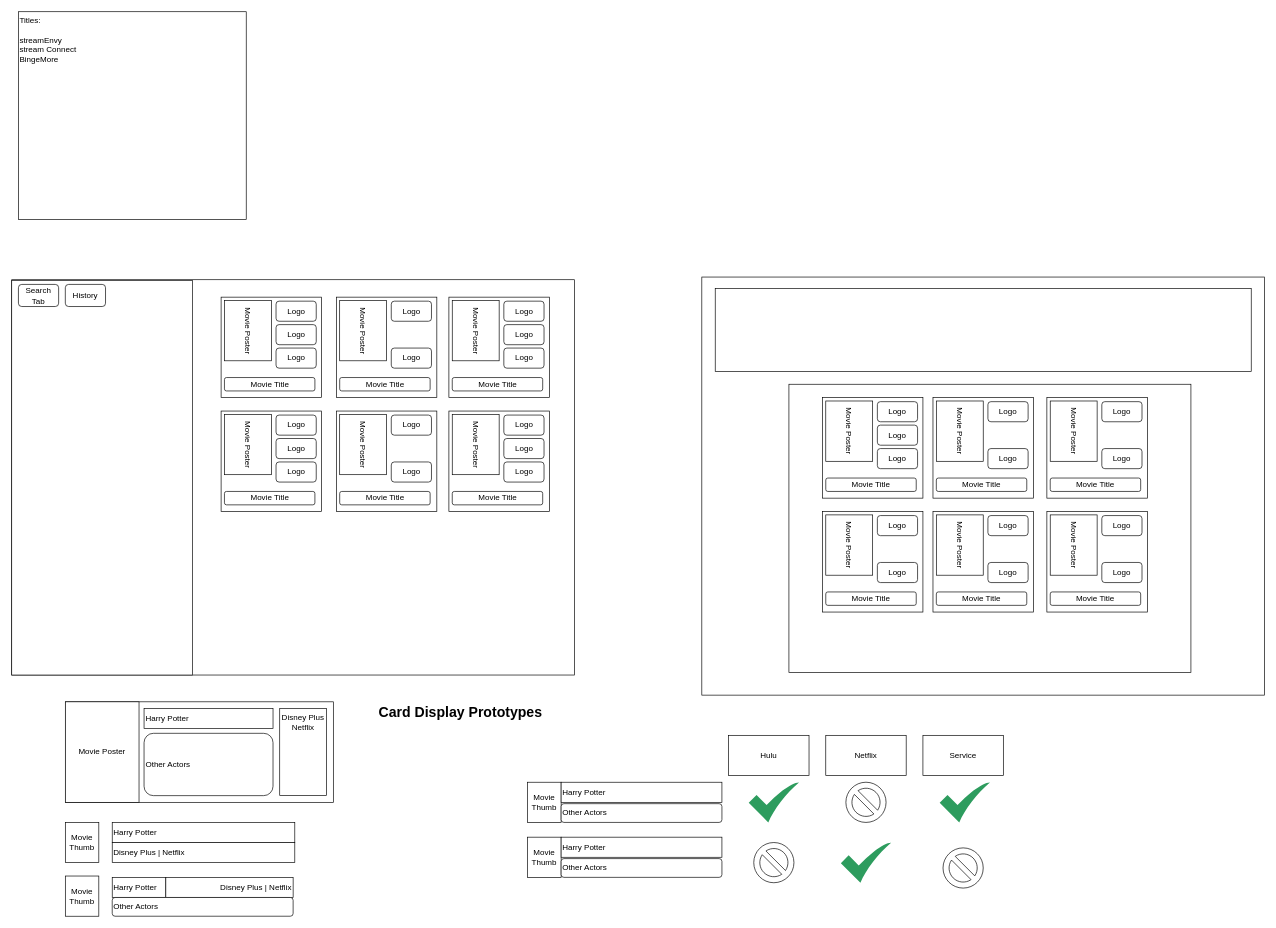
Earlier version of the draw.io diagram page "Page-1" (1 of 2) of Stream Connect.drawio (gatorhatur/stream-connect). Source tidied: cells renumbered, new cells numbered last; positions are measured from the earlier drawing's top-left corner, leaving out a move shared by most shapes. Both pictures are drawn from the tidied source at 67%, with x=0, y=0 at pixel (11, 11).
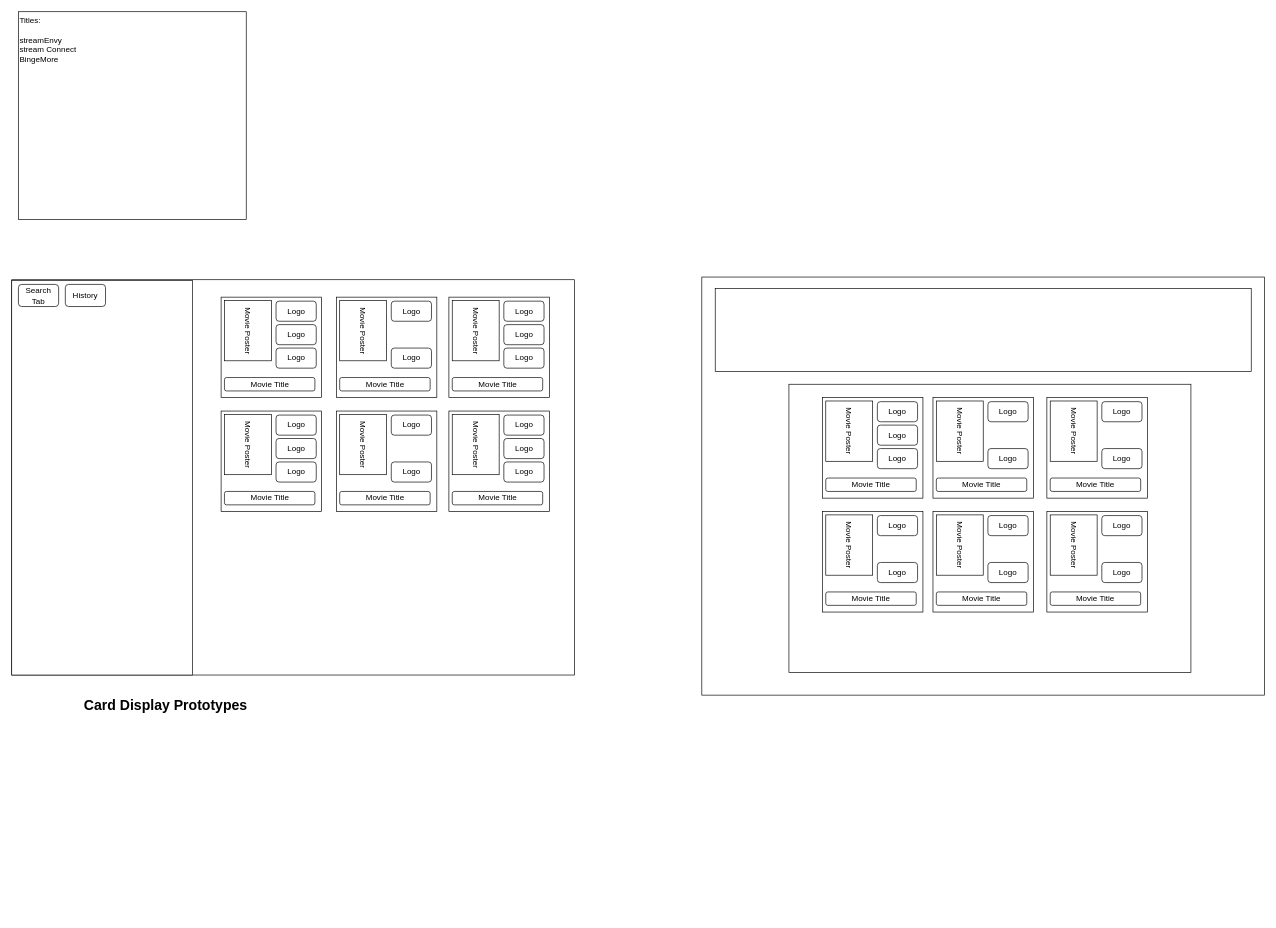
The same diagram, later.

Commit message:
Split content to diff pages

The edit, as a diff of the source:
```diff
@@
-    <mxCell id="74" style="rounded=0;whiteSpace=wrap;html=1;" parent="1" vertex="1">
-      <mxGeometry x="80" y="1030" width="400" height="150" as="geometry" />
-    </mxCell>
-    <mxCell id="75" value="Movie Poster" style="rounded=0;whiteSpace=wrap;html=1;" parent="1" vertex="1">
-      <mxGeometry x="80" y="1030" width="110" height="150" as="geometry" />
-    </mxCell>
-    <mxCell id="76" value="Other Actors" style="rounded=1;whiteSpace=wrap;html=1;align=left;" parent="1" vertex="1">
-      <mxGeometry x="197.5" y="1077" width="192.5" height="93" as="geometry" />
-    </mxCell>
-    <mxCell id="77" value="Harry Potter" style="rounded=0;whiteSpace=wrap;html=1;align=left;" parent="1" vertex="1">
-      <mxGeometry x="197.5" y="1040" width="192.5" height="30" as="geometry" />
-    </mxCell>
-    <mxCell id="78" value="Disney Plus&lt;br&gt;Netflix" style="rounded=0;whiteSpace=wrap;html=1;align=center;verticalAlign=top;" parent="1" vertex="1">
-      <mxGeometry x="400" y="1040" width="70" height="130" as="geometry" />
-    </mxCell>
-    <mxCell id="79" value="Movie Thumb" style="rounded=0;whiteSpace=wrap;html=1;" parent="1" vertex="1">
-      <mxGeometry x="80" y="1210" width="50" height="60" as="geometry" />
-    </mxCell>
-    <mxCell id="80" value="Harry Potter" style="rounded=0;whiteSpace=wrap;html=1;align=left;" parent="1" vertex="1">
-      <mxGeometry x="150" y="1210" width="272.5" height="30" as="geometry" />
-    </mxCell>
-    <mxCell id="81" value="Disney Plus | Netflix" style="rounded=0;whiteSpace=wrap;html=1;align=left;" parent="1" vertex="1">
-      <mxGeometry x="150" y="1240" width="272.5" height="30" as="geometry" />
-    </mxCell>
-    <mxCell id="82" value="Movie Thumb" style="rounded=0;whiteSpace=wrap;html=1;" parent="1" vertex="1">
-      <mxGeometry x="80" y="1290" width="50" height="60" as="geometry" />
-    </mxCell>
-    <mxCell id="83" value="Harry Potter" style="rounded=0;whiteSpace=wrap;html=1;align=left;" parent="1" vertex="1">
-      <mxGeometry x="150" y="1292" width="80" height="30" as="geometry" />
-    </mxCell>
-    <mxCell id="84" value="Disney Plus | Netflix" style="rounded=0;whiteSpace=wrap;html=1;align=right;" parent="1" vertex="1">
-      <mxGeometry x="230" y="1292" width="190" height="30" as="geometry" />
-    </mxCell>
-    <mxCell id="85" value="Other Actors" style="rounded=1;whiteSpace=wrap;html=1;align=left;" parent="1" vertex="1">
-      <mxGeometry x="150" y="1322" width="270" height="28" as="geometry" />
-    </mxCell>
-    <mxCell id="86" value="Hulu" style="rounded=0;whiteSpace=wrap;html=1;" parent="1" vertex="1">
-      <mxGeometry x="1070" y="1080" width="120" height="60" as="geometry" />
-    </mxCell>
-    <mxCell id="87" value="Netflix" style="rounded=0;whiteSpace=wrap;html=1;" parent="1" vertex="1">
-      <mxGeometry x="1215" y="1080" width="120" height="60" as="geometry" />
-    </mxCell>
-    <mxCell id="88" value="Service" style="rounded=0;whiteSpace=wrap;html=1;" parent="1" vertex="1">
-      <mxGeometry x="1360" y="1080" width="120" height="60" as="geometry" />
-    </mxCell>
-    <mxCell id="89" value="Movie Thumb" style="rounded=0;whiteSpace=wrap;html=1;" parent="1" vertex="1">
-      <mxGeometry x="770" y="1150" width="50" height="60" as="geometry" />
-    </mxCell>
-    <mxCell id="90" value="Harry Potter" style="rounded=0;whiteSpace=wrap;html=1;align=left;" parent="1" vertex="1">
-      <mxGeometry x="820" y="1150" width="240" height="30" as="geometry" />
-    </mxCell>
-    <mxCell id="91" value="Other Actors" style="rounded=1;whiteSpace=wrap;html=1;align=left;" parent="1" vertex="1">
-      <mxGeometry x="820" y="1182" width="240" height="28" as="geometry" />
-    </mxCell>
-    <mxCell id="92" style="sketch=0;html=1;strokeColor=none;shadow=0;align=center;verticalAlign=top;fillColor=#2D9C5E;shape=mxgraph.gcp2.check;" parent="1" vertex="1">
-      <mxGeometry x="1100" y="1150" width="75" height="60" as="geometry" />
-    </mxCell>
-    <mxCell id="93" style="sketch=0;html=1;strokeColor=none;shadow=0;align=center;verticalAlign=top;fillColor=#2D9C5E;shape=mxgraph.gcp2.check;" parent="1" vertex="1">
-      <mxGeometry x="1385" y="1150" width="75" height="60" as="geometry" />
-    </mxCell>
-    <mxCell id="94" style="verticalLabelPosition=bottom;verticalAlign=top;html=1;shape=mxgraph.basic.no_symbol;labelBackgroundColor=#FF1F0F;" parent="1" vertex="1">
-      <mxGeometry x="1245" y="1150" width="60" height="60" as="geometry" />
-    </mxCell>
-    <mxCell id="95" value="Movie Thumb" style="rounded=0;whiteSpace=wrap;html=1;" parent="1" vertex="1">
-      <mxGeometry x="770" y="1232" width="50" height="60" as="geometry" />
-    </mxCell>
-    <mxCell id="96" value="Harry Potter" style="rounded=0;whiteSpace=wrap;html=1;align=left;" parent="1" vertex="1">
-      <mxGeometry x="820" y="1232" width="240" height="30" as="geometry" />
-    </mxCell>
-    <mxCell id="97" value="Other Actors" style="rounded=1;whiteSpace=wrap;html=1;align=left;" parent="1" vertex="1">
-      <mxGeometry x="820" y="1264" width="240" height="28" as="geometry" />
-    </mxCell>
-    <mxCell id="98" style="sketch=0;html=1;strokeColor=none;shadow=0;align=center;verticalAlign=top;fillColor=#2D9C5E;shape=mxgraph.gcp2.check;" parent="1" vertex="1">
-      <mxGeometry x="1237.5" y="1240" width="75" height="60" as="geometry" />
-    </mxCell>
-    <mxCell id="99" style="verticalLabelPosition=bottom;verticalAlign=top;html=1;shape=mxgraph.basic.no_symbol;labelBackgroundColor=#FF1F0F;" parent="1" vertex="1">
-      <mxGeometry x="1107.5" y="1240" width="60" height="60" as="geometry" />
-    </mxCell>
-    <mxCell id="100" style="verticalLabelPosition=bottom;verticalAlign=top;html=1;shape=mxgraph.basic.no_symbol;labelBackgroundColor=#FF1F0F;" parent="1" vertex="1">
-      <mxGeometry x="1390" y="1248" width="60" height="60" as="geometry" />
-    </mxCell>
     <mxCell id="101" value="Card Display Prototypes" style="text;html=1;strokeColor=none;fillColor=none;align=center;verticalAlign=middle;whiteSpace=wrap;rounded=0;fontSize=21;fontStyle=1;" parent="1" vertex="1">
-      <mxGeometry x="540" y="1010" width="260" height="70" as="geometry" />
+      <mxGeometry x="100" y="1000" width="260" height="70" as="geometry" />
     </mxCell>
```
